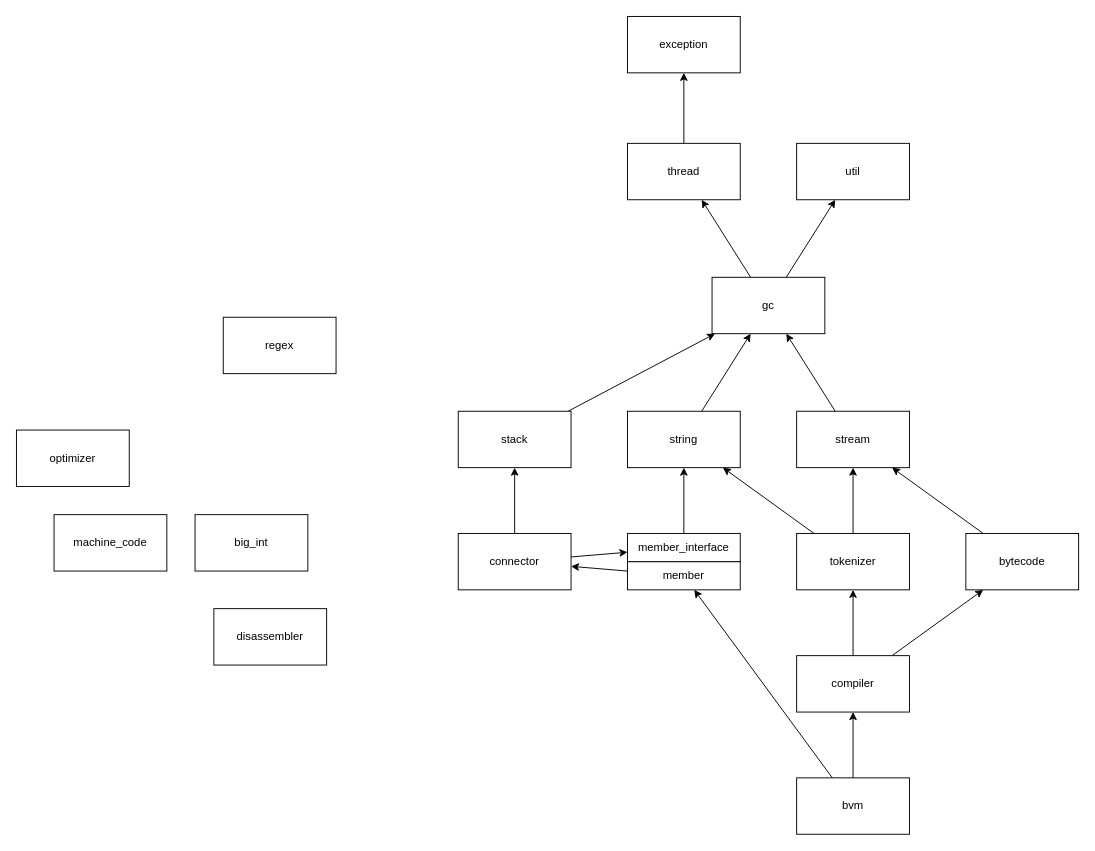
Earlier version of the draw.io diagram page "Dependencies" (3 of 4) of Components.drawio (bialang/bia). Source tidied: cells renumbered, new cells numbered last; positions are measured from the earlier drawing's top-left corner, leaving out a move shared by most shapes. Both pictures are drawn from the tidied source at 94%, with x=0, y=0 at pixel (16, 16).
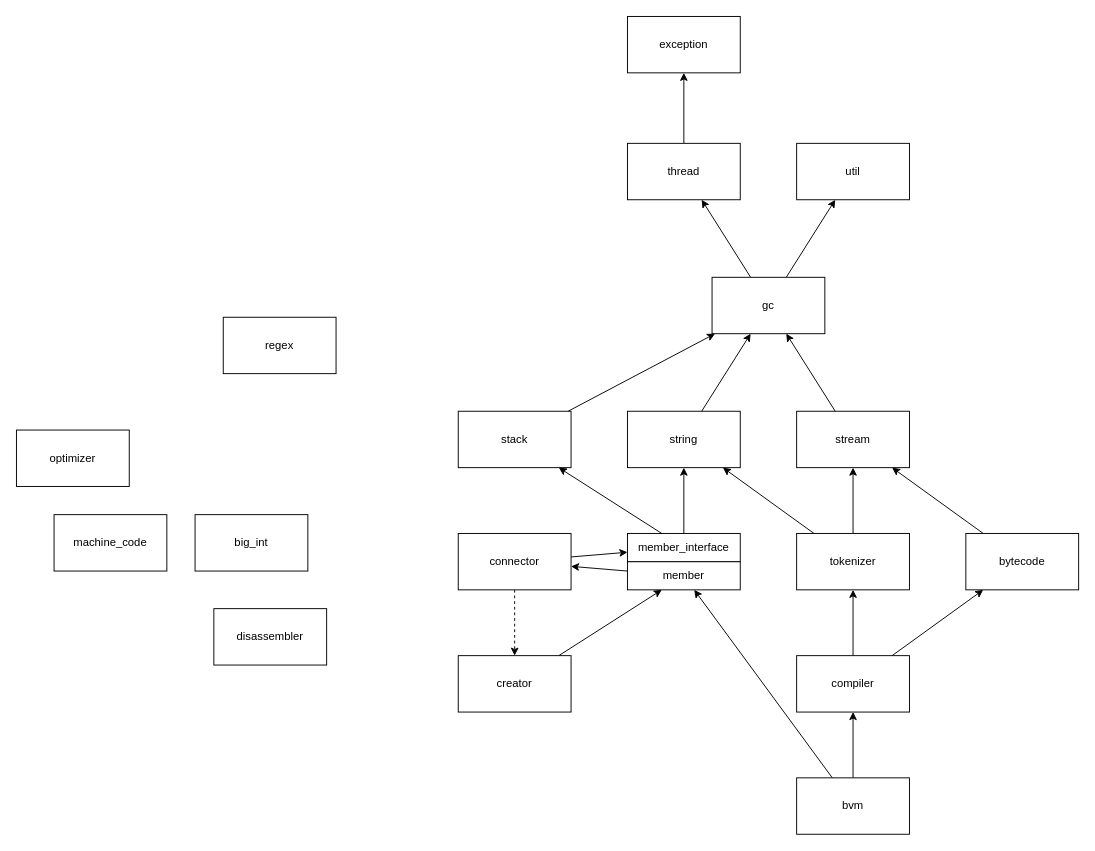
The same diagram, later.

The change refers to these unchanged cells:
```xml
<mxCell id="31" value="connector" style="rounded=0;whiteSpace=wrap;html=1;" parent="1" vertex="1">
  <mxGeometry x="470" y="550" width="120" height="60" as="geometry" />
</mxCell>
<mxCell id="33" value="stack" style="rounded=0;whiteSpace=wrap;html=1;" parent="1" vertex="1">
  <mxGeometry x="470" y="420" width="120" height="60" as="geometry" />
</mxCell>
<mxCell id="35" value="member" style="rounded=0;whiteSpace=wrap;html=1;" parent="34" vertex="1">
  <mxGeometry y="30" width="120" height="30" as="geometry" />
</mxCell>
<mxCell id="36" value="member_interface" style="rounded=0;whiteSpace=wrap;html=1;" parent="34" vertex="1">
  <mxGeometry width="120" height="30" as="geometry" />
</mxCell>
```

The edit, as a diff of the source:
```diff
@@
-    <mxCell id="29" style="rounded=0;jettySize=auto;elbow=vertical;html=1;endArrow=classic;endFill=1;" parent="1" edge="1" source="31" target="33">
-      <mxGeometry relative="1" as="geometry" />
-    </mxCell>
@@
+    <mxCell id="39" style="edgeStyle=none;rounded=0;jettySize=auto;html=1;dashed=1;" parent="1" edge="1" source="31" target="42">
+      <mxGeometry relative="1" as="geometry" />
+    </mxCell>
@@
+    <mxCell id="40" style="rounded=0;jettySize=auto;html=1;" parent="1" edge="1" source="36" target="33">
+      <mxGeometry relative="1" as="geometry" />
+    </mxCell>
+    <mxCell id="41" style="rounded=0;jettySize=auto;html=1;" parent="1" edge="1" source="42" target="35">
+      <mxGeometry relative="1" as="geometry" />
+    </mxCell>
+    <mxCell id="42" value="creator" style="rounded=0;whiteSpace=wrap;html=1;" parent="1" vertex="1">
+      <mxGeometry x="470" y="680" width="120" height="60" as="geometry" />
+    </mxCell>
```
